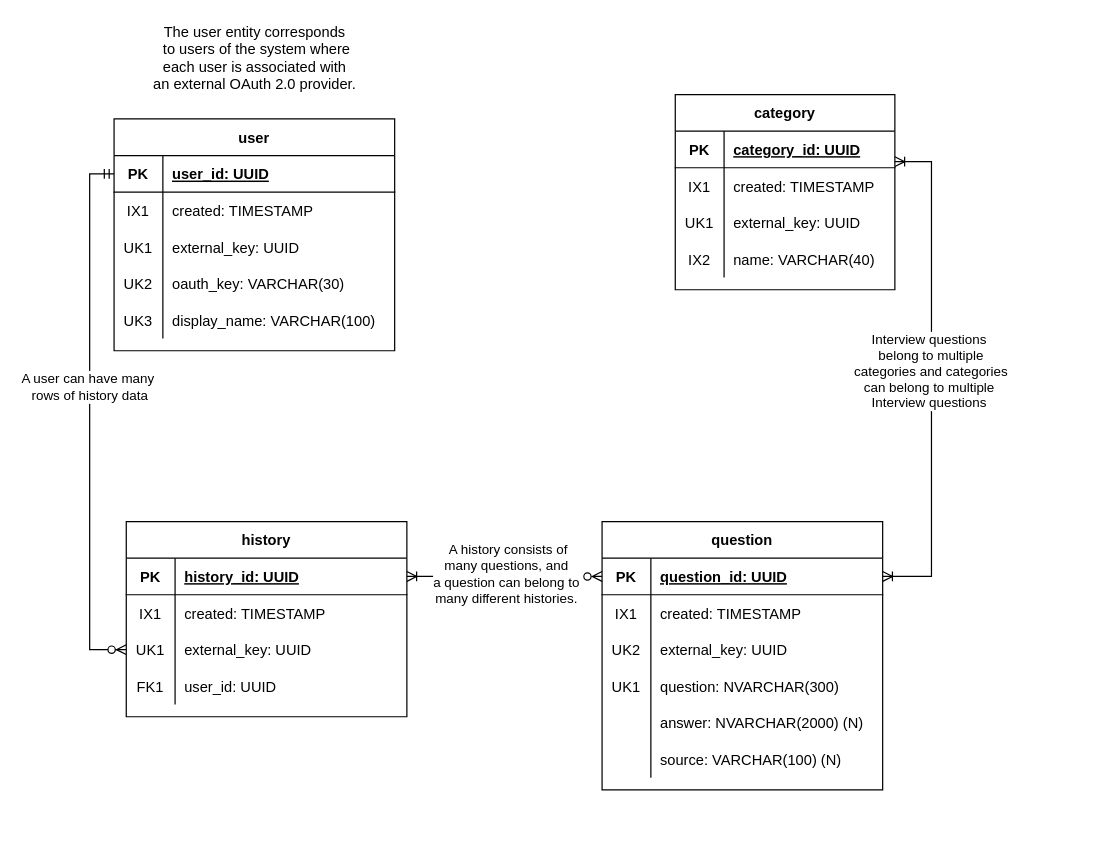
Above: docs/work/erd-Interview-prep.drawio in interview-prep-platform/interview-prep-platform.github.io (draw.io), before the change. Source tidied: cells renumbered, new cells numbered last; positions are measured from the earlier drawing's top-left corner, leaving out a move shared by most shapes. Both pictures are drawn from the tidied source at 122%, with x=0, y=0 at pixel (89, 21).
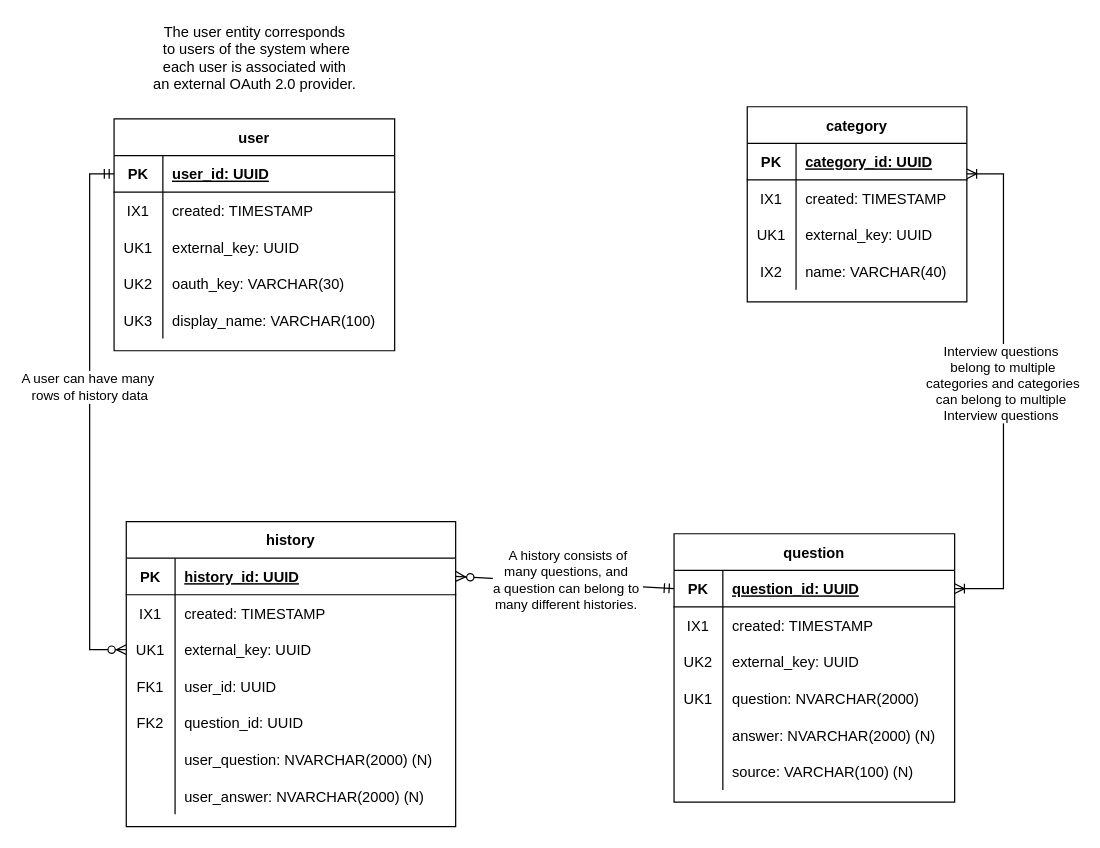
After the change.

The change refers to these unchanged cells:
```xml
<mxCell id="19" style="shape=partialRectangle;fillColor=none;top=0;left=0;bottom=1;right=0;points=[[0,0.5],[1,0.5]];portConstraint=eastwest;" parent="18" vertex="1">
  <mxGeometry y="30" width="230" height="30" as="geometry" />
</mxCell>
<mxCell id="28" style="shape=partialRectangle;fillColor=none;top=0;left=0;bottom=0;right=0;" parent="18" vertex="1">
  <mxGeometry y="120" width="230" height="30" as="geometry" />
</mxCell>
```

The edit, as a diff of the source:
```diff
@@
     <mxCell id="18" value="question" style="shape=table;startSize=30;childLayout=tableLayout;rowLines=0;fontStyle=1;align=center;" parent="1" vertex="1">
-      <mxGeometry x="420" y="410" width="230" height="220" as="geometry" />
+      <mxGeometry x="479" y="420" width="230" height="220" as="geometry" />
     </mxCell>
@@
-    <mxCell id="30" value="question: NVARCHAR(300)" style="shape=partialRectangle;fillColor=none;top=0;left=0;bottom=0;right=0;align=left;spacingLeft=6;overflow=hidden;" parent="28" vertex="1">
+    <mxCell id="30" value="question: NVARCHAR(2000)" style="shape=partialRectangle;fillColor=none;top=0;left=0;bottom=0;right=0;align=left;spacingLeft=6;overflow=hidden;" parent="28" vertex="1">
       <mxGeometry x="40" width="190" height="30" as="geometry" />
     </mxCell>
@@
     <mxCell id="39" value="category" style="shape=table;startSize=30;childLayout=tableLayout;rowLines=0;fontStyle=1;align=center;" parent="1" vertex="1">
-      <mxGeometry x="480" y="60" width="180" height="160" as="geometry" />
+      <mxGeometry x="539" y="70" width="180" height="160" as="geometry" />
     </mxCell>
@@
     <mxCell id="52" style="fontSize=12;html=1;endArrow=ERoneToMany;startArrow=ERoneToMany;rounded=0;endFill=0;startFill=0;exitX=1;exitY=0.5;exitDx=0;exitDy=0;edgeStyle=orthogonalEdgeStyle;" parent="1" edge="1" source="19">
       <mxGeometry relative="1" as="geometry">
-        <mxPoint x="660" y="115" as="targetPoint" />
+        <mxPoint x="719" y="125" as="targetPoint" />
         <Array as="points">
-          <mxPoint x="690" y="455" />
-          <mxPoint x="690" y="115" />
+          <mxPoint x="749" y="465" />
+          <mxPoint x="749" y="125" />
         </Array>
       </mxGeometry>
     </mxCell>
@@
     <mxCell id="54" value="history" style="shape=table;startSize=30;childLayout=tableLayout;rowLines=0;fontStyle=1;align=center;" parent="1" vertex="1">
-      <mxGeometry x="30" y="410" width="230" height="160" as="geometry" />
+      <mxGeometry x="30" y="410" width="270" height="250" as="geometry" />
     </mxCell>
     <mxCell id="55" style="shape=partialRectangle;fillColor=none;top=0;left=0;bottom=1;right=0;points=[[0,0.5],[1,0.5]];portConstraint=eastwest;" parent="54" vertex="1">
-      <mxGeometry y="30" width="230" height="30" as="geometry" />
+      <mxGeometry y="30" width="270" height="30" as="geometry" />
     </mxCell>
@@
     <mxCell id="57" value="history_id: UUID" style="shape=partialRectangle;fillColor=none;top=0;left=0;bottom=0;right=0;align=left;spacingLeft=6;fontStyle=5;overflow=hidden;" parent="55" vertex="1">
-      <mxGeometry x="40" width="190" height="30" as="geometry" />
+      <mxGeometry x="40" width="230" height="30" as="geometry" />
     </mxCell>
     <mxCell id="58" style="shape=partialRectangle;fillColor=none;top=0;left=0;bottom=0;right=0;" parent="54" vertex="1">
-      <mxGeometry y="60" width="230" height="30" as="geometry" />
+      <mxGeometry y="60" width="270" height="30" as="geometry" />
     </mxCell>
@@
     <mxCell id="60" value="created: TIMESTAMP" style="shape=partialRectangle;fillColor=none;top=0;left=0;bottom=0;right=0;align=left;spacingLeft=6;overflow=hidden;" parent="58" vertex="1">
-      <mxGeometry x="40" width="190" height="30" as="geometry" />
+      <mxGeometry x="40" width="230" height="30" as="geometry" />
     </mxCell>
     <mxCell id="61" style="shape=partialRectangle;fillColor=none;top=0;left=0;bottom=0;right=0;points=[[0,0.5],[1,0.5]];portConstraint=eastwest;" parent="54" vertex="1">
-      <mxGeometry y="90" width="230" height="30" as="geometry" />
+      <mxGeometry y="90" width="270" height="30" as="geometry" />
     </mxCell>
@@
     <mxCell id="63" value="external_key: UUID" style="shape=partialRectangle;fillColor=none;top=0;left=0;bottom=0;right=0;align=left;spacingLeft=6;overflow=hidden;" parent="61" vertex="1">
-      <mxGeometry x="40" width="190" height="30" as="geometry" />
+      <mxGeometry x="40" width="230" height="30" as="geometry" />
     </mxCell>
     <mxCell id="64" style="shape=partialRectangle;fillColor=none;top=0;left=0;bottom=0;right=0;" parent="54" vertex="1">
-      <mxGeometry y="120" width="230" height="30" as="geometry" />
+      <mxGeometry y="120" width="270" height="30" as="geometry" />
     </mxCell>
@@
     <mxCell id="66" value="user_id: UUID" style="shape=partialRectangle;fillColor=none;top=0;left=0;bottom=0;right=0;align=left;spacingLeft=6;overflow=hidden;" parent="64" vertex="1">
-      <mxGeometry x="40" width="190" height="30" as="geometry" />
+      <mxGeometry x="40" width="230" height="30" as="geometry" />
     </mxCell>
+    <mxCell id="70" style="shape=partialRectangle;fillColor=none;top=0;left=0;bottom=0;right=0;" parent="54" vertex="1">
+      <mxGeometry y="150" width="270" height="30" as="geometry" />
+    </mxCell>
+    <mxCell id="71" value="FK2" style="shape=partialRectangle;fillColor=none;top=0;left=0;bottom=0;right=0;overflow=hidden;" parent="70" vertex="1">
+      <mxGeometry width="40" height="30" as="geometry" />
+    </mxCell>
+    <mxCell id="72" value="question_id: UUID" style="shape=partialRectangle;fillColor=none;top=0;left=0;bottom=0;right=0;align=left;spacingLeft=6;overflow=hidden;" parent="70" vertex="1">
+      <mxGeometry x="40" width="230" height="30" as="geometry" />
+    </mxCell>
+    <mxCell id="73" style="shape=partialRectangle;fillColor=none;top=0;left=0;bottom=0;right=0;" parent="54" vertex="1">
+      <mxGeometry y="180" width="270" height="30" as="geometry" />
+    </mxCell>
+    <mxCell id="74" style="shape=partialRectangle;fillColor=none;top=0;left=0;bottom=0;right=0;overflow=hidden;" parent="73" vertex="1">
+      <mxGeometry width="40" height="30" as="geometry" />
+    </mxCell>
+    <mxCell id="75" value="user_question: NVARCHAR(2000) (N)" style="shape=partialRectangle;fillColor=none;top=0;left=0;bottom=0;right=0;align=left;spacingLeft=6;overflow=hidden;" parent="73" vertex="1">
+      <mxGeometry x="40" width="230" height="30" as="geometry" />
+    </mxCell>
+    <mxCell id="76" style="shape=partialRectangle;fillColor=none;top=0;left=0;bottom=0;right=0;" parent="54" vertex="1">
+      <mxGeometry y="210" width="270" height="30" as="geometry" />
+    </mxCell>
+    <mxCell id="77" style="shape=partialRectangle;fillColor=none;top=0;left=0;bottom=0;right=0;overflow=hidden;" parent="76" vertex="1">
+      <mxGeometry width="40" height="30" as="geometry" />
+    </mxCell>
+    <mxCell id="78" value="user_answer: NVARCHAR(2000) (N)" style="shape=partialRectangle;fillColor=none;top=0;left=0;bottom=0;right=0;align=left;spacingLeft=6;overflow=hidden;" parent="76" vertex="1">
+      <mxGeometry x="40" width="230" height="30" as="geometry" />
+    </mxCell>
@@
-    <mxCell id="68" style="fontSize=12;html=1;endArrow=ERzeroToMany;startArrow=ERoneToMany;rounded=0;endFill=0;startFill=0;exitX=1;exitY=0.5;exitDx=0;exitDy=0;entryX=0;entryY=0.5;entryDx=0;entryDy=0;" parent="1" edge="1" source="55" target="19">
+    <mxCell id="68" style="fontSize=12;html=1;endArrow=ERmandOne;startArrow=ERzeroToMany;rounded=0;endFill=0;startFill=1;exitX=1;exitY=0.5;exitDx=0;exitDy=0;entryX=0;entryY=0.5;entryDx=0;entryDy=0;" parent="1" edge="1" source="55" target="19">
       <mxGeometry relative="1" as="geometry" />
     </mxCell>
```
